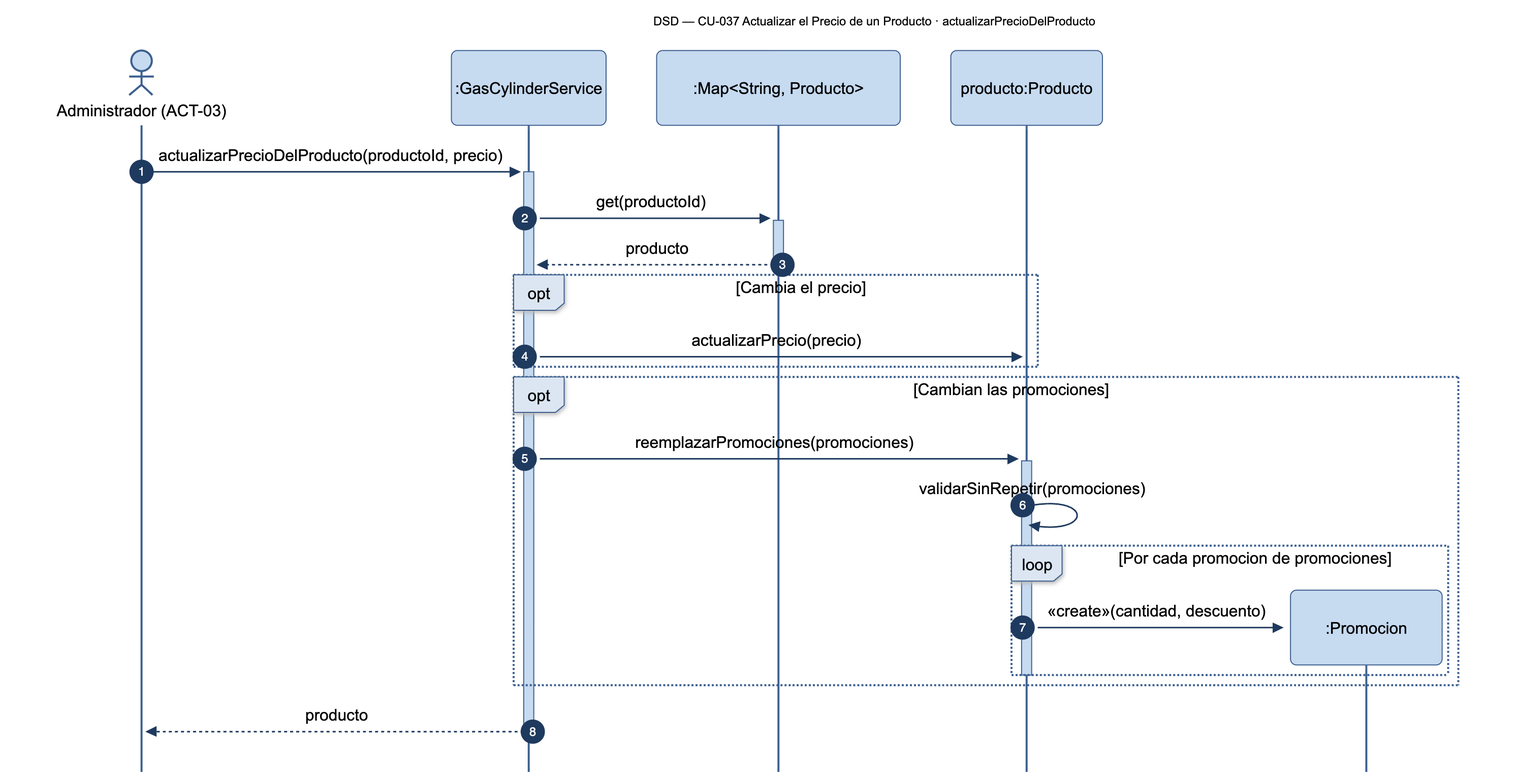
This is diagramas/png/DSD_CU-037_actualizarPrecioDelProducto.png from Nahuelito-Dev/splg-docs, a Mermaid export, as it was before one commit. Its source is kept beside it as diagramas/DSD_CU-037_actualizarPrecioDelProducto.mmd.
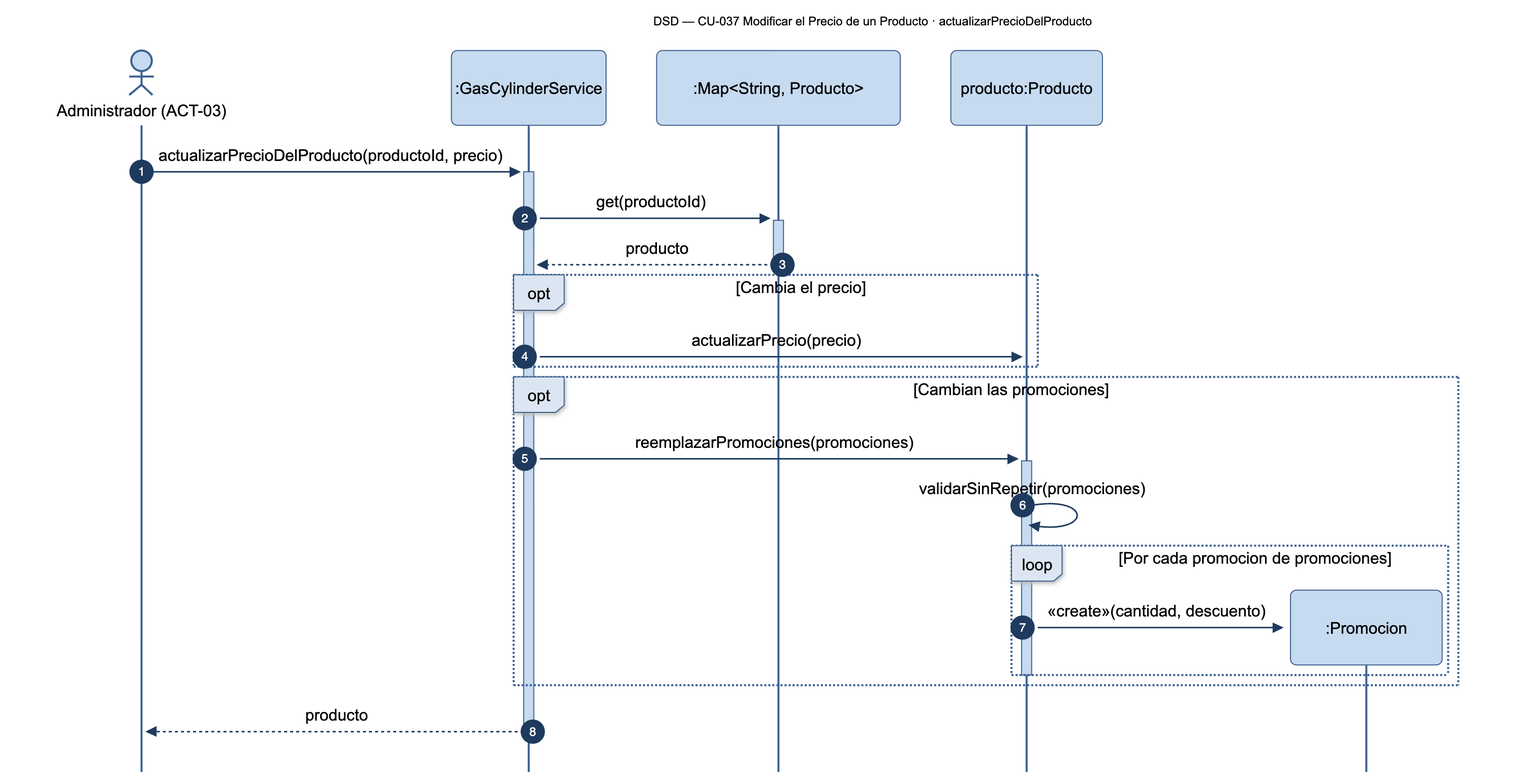
Above is the later version.

The edit, as a diff of the source:
```diff
@@ -1,5 +1,5 @@
 sequenceDiagram
-    title DSD — CU-037 Actualizar el Precio de un Producto · actualizarPrecioDelProducto
+    title DSD — CU-037 Modificar el Precio de un Producto · actualizarPrecioDelProducto
     autonumber
     actor ADM as Administrador (ACT-03)
     participant SRV as :GasCylinderService
```
